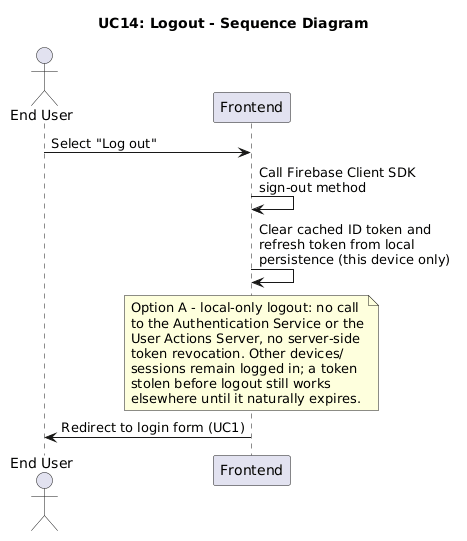
ManosMorf97/Weather-Forecasts-AI-Remastered keeps this PlantUML diagram as requirements/sequence_diagrams/UC14_Logout.png. Above is the earlier version.
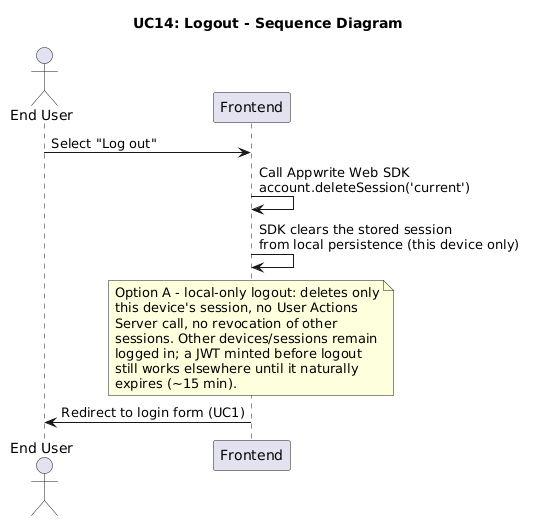
Above is the later version.

Diff of the diagram source:
```diff
@@ -5,17 +5,17 @@
 participant "Frontend" as Frontend
 
 User -> Frontend: Select "Log out"
-Frontend -> Frontend: Call Firebase Client SDK\nsign-out method
-Frontend -> Frontend: Clear cached ID token and\nrefresh token from local\npersistence (this device only)
+Frontend -> Frontend: Call Appwrite Web SDK\naccount.deleteSession('current')
+Frontend -> Frontend: SDK clears the stored session\nfrom local persistence (this device only)
 
 note over Frontend
-  Option A - local-only logout: no call
-  to the Authentication Service or the
-  User Actions Server, no server-side
-  token revocation. Other devices/
-  sessions remain logged in; a token
-  stolen before logout still works
-  elsewhere until it naturally expires.
+  Option A - local-only logout: deletes only
+  this device's session, no User Actions
+  Server call, no revocation of other
+  sessions. Other devices/sessions remain
+  logged in; a JWT minted before logout
+  still works elsewhere until it naturally
+  expires (~15 min).
 end note
 
 Frontend -> User: Redirect to login form (UC1)
```
